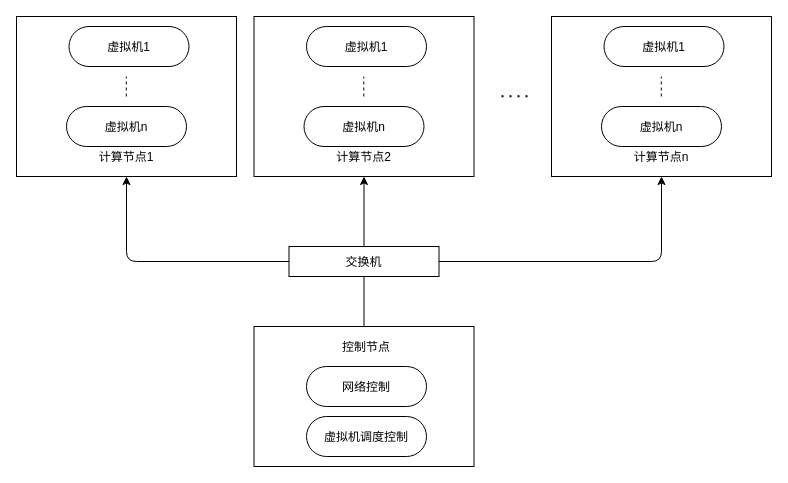
This is 软件体系结构.drawio from undinuanao/-, a draw.io file, before an edit. Source tidied: cells renumbered, new cells numbered last; positions are measured from the earlier drawing's top-left corner, leaving out a move shared by most shapes. Both pictures are drawn from the tidied source at 100%, with x=0, y=0 at pixel (16, 16).
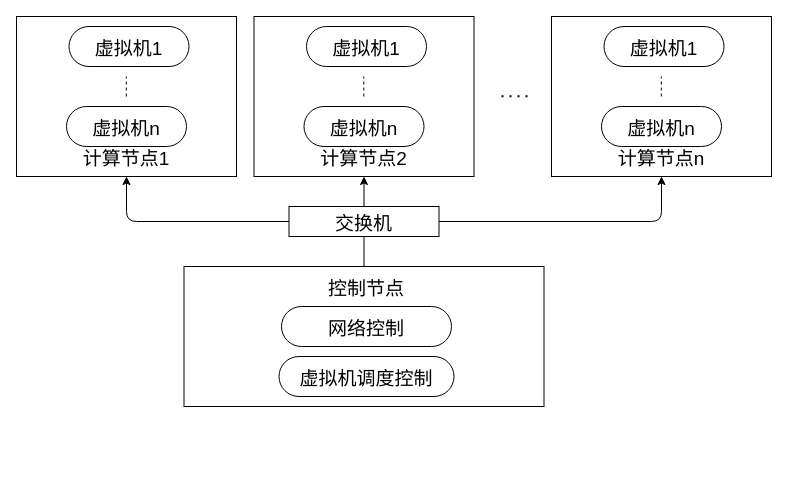
Above is the later version.

Commit message (it also covers changes not shown here):
Update 软件体系结构.drawio

The edit, as a diff of the source:
```diff
@@
-    <mxCell id="2" style="rounded=0;" parent="1" vertex="1">
-      <mxGeometry x="237.5" y="310" width="220" height="140" as="geometry" />
+    <mxCell id="2" style="rounded=0;fontSize=19;" parent="1" vertex="1">
+      <mxGeometry x="167.5" y="250" width="360" height="140" as="geometry" />
     </mxCell>
-    <mxCell id="3" value="控制节点" style="text;strokeColor=none;fillColor=none;align=center;verticalAlign=middle;rounded=0;" parent="1" vertex="1">
-      <mxGeometry x="322.5" y="320" width="55" height="20" as="geometry" />
+    <mxCell id="3" value="控制节点" style="text;strokeColor=none;fillColor=none;align=center;verticalAlign=middle;rounded=0;fontSize=19;" parent="1" vertex="1">
+      <mxGeometry x="322.5" y="260" width="55" height="20" as="geometry" />
     </mxCell>
-    <mxCell id="4" value="网络控制" style="rounded=1;arcSize=50;" parent="1" vertex="1">
-      <mxGeometry x="290" y="350" width="120" height="40" as="geometry" />
+    <mxCell id="4" value="网络控制" style="rounded=1;arcSize=50;fontSize=19;" parent="1" vertex="1">
+      <mxGeometry x="265" y="290" width="170" height="40" as="geometry" />
     </mxCell>
-    <mxCell id="5" value="虚拟机调度控制" style="rounded=1;arcSize=50;" parent="1" vertex="1">
-      <mxGeometry x="290" y="400" width="120" height="40" as="geometry" />
+    <mxCell id="5" value="虚拟机调度控制" style="rounded=1;arcSize=50;fontSize=19;" parent="1" vertex="1">
+      <mxGeometry x="262.5" y="340" width="175" height="40" as="geometry" />
     </mxCell>
-    <mxCell id="6" value="交换机" style="rounded=0;" parent="1" vertex="1">
-      <mxGeometry x="272.5" y="230" width="150" height="30" as="geometry" />
+    <mxCell id="6" value="交换机" style="rounded=0;fontSize=19;" parent="1" vertex="1">
+      <mxGeometry x="272.5" y="190" width="150" height="30" as="geometry" />
     </mxCell>
-    <mxCell id="7" style="rounded=0;" parent="1" vertex="1">
+    <mxCell id="7" style="rounded=0;fontSize=19;" parent="1" vertex="1">
       <mxGeometry width="220" height="160" as="geometry" />
     </mxCell>
-    <mxCell id="8" value="计算节点1" style="text;strokeColor=none;fillColor=none;align=center;verticalAlign=middle;rounded=0;" parent="1" vertex="1">
+    <mxCell id="8" value="计算节点1" style="text;strokeColor=none;fillColor=none;align=center;verticalAlign=middle;rounded=0;fontSize=19;" parent="1" vertex="1">
       <mxGeometry x="82.5" y="130" width="55" height="20" as="geometry" />
     </mxCell>
-    <mxCell id="9" value="虚拟机1" style="rounded=1;arcSize=50;" parent="1" vertex="1">
+    <mxCell id="9" value="虚拟机1" style="rounded=1;arcSize=50;fontSize=19;" parent="1" vertex="1">
       <mxGeometry x="52.5" y="10" width="120" height="40" as="geometry" />
     </mxCell>
-    <mxCell id="10" value="虚拟机n" style="rounded=1;arcSize=50;" parent="1" vertex="1">
+    <mxCell id="10" value="虚拟机n" style="rounded=1;arcSize=50;fontSize=19;" parent="1" vertex="1">
       <mxGeometry x="50" y="90" width="120" height="40" as="geometry" />
     </mxCell>
-    <mxCell id="11" style="endArrow=none;dashed=1;" parent="1" edge="1">
+    <mxCell id="11" style="endArrow=none;dashed=1;fontSize=19;" parent="1" edge="1">
       <mxGeometry relative="1" as="geometry">
         <mxPoint x="109.8" y="80" as="sourcePoint" />
         <mxPoint x="109.8" y="60" as="targetPoint" />
       </mxGeometry>
     </mxCell>
-    <mxCell id="12" style="endArrow=none;exitX=0.5;exitY=0;exitDx=0;exitDy=0;entryX=0.5;entryY=1;entryDx=0;entryDy=0;" parent="1" edge="1" source="2" target="6">
+    <mxCell id="12" style="endArrow=none;exitX=0.5;exitY=0;exitDx=0;exitDy=0;entryX=0.5;entryY=1;entryDx=0;entryDy=0;fontSize=19;" parent="1" edge="1" source="2" target="6">
       <mxGeometry relative="1" as="geometry" />
     </mxCell>
-    <mxCell id="13" style="endArrow=classic;exitX=0;exitY=0.5;exitDx=0;exitDy=0;entryX=0.5;entryY=1;entryDx=0;entryDy=0;" parent="1" edge="1" source="6" target="7">
+    <mxCell id="13" style="endArrow=classic;exitX=0;exitY=0.5;exitDx=0;exitDy=0;entryX=0.5;entryY=1;entryDx=0;entryDy=0;fontSize=19;" parent="1" edge="1" source="6" target="7">
       <mxGeometry relative="1" as="geometry">
         <Array as="points">
-          <mxPoint x="110" y="245" />
+          <mxPoint x="110" y="205" />
         </Array>
       </mxGeometry>
     </mxCell>
-    <mxCell id="14" style="rounded=0;" parent="1" vertex="1">
+    <mxCell id="14" style="rounded=0;fontSize=19;" parent="1" vertex="1">
       <mxGeometry x="237.5" width="220" height="160" as="geometry" />
     </mxCell>
-    <mxCell id="15" value="计算节点2" style="text;strokeColor=none;fillColor=none;align=center;verticalAlign=middle;rounded=0;" parent="1" vertex="1">
+    <mxCell id="15" value="计算节点2" style="text;strokeColor=none;fillColor=none;align=center;verticalAlign=middle;rounded=0;fontSize=19;" parent="1" vertex="1">
       <mxGeometry x="320" y="130" width="55" height="20" as="geometry" />
     </mxCell>
-    <mxCell id="16" value="虚拟机1" style="rounded=1;arcSize=50;" parent="1" vertex="1">
+    <mxCell id="16" value="虚拟机1" style="rounded=1;arcSize=50;fontSize=19;" parent="1" vertex="1">
       <mxGeometry x="290" y="10" width="120" height="40" as="geometry" />
     </mxCell>
-    <mxCell id="17" value="虚拟机n" style="rounded=1;arcSize=50;" parent="1" vertex="1">
+    <mxCell id="17" value="虚拟机n" style="rounded=1;arcSize=50;fontSize=19;" parent="1" vertex="1">
       <mxGeometry x="287.5" y="90" width="120" height="40" as="geometry" />
     </mxCell>
-    <mxCell id="18" style="endArrow=none;dashed=1;" parent="1" edge="1">
+    <mxCell id="18" style="endArrow=none;dashed=1;fontSize=19;" parent="1" edge="1">
       <mxGeometry relative="1" as="geometry">
         <mxPoint x="347.3" y="80" as="sourcePoint" />
         <mxPoint x="347.3" y="60" as="targetPoint" />
       </mxGeometry>
     </mxCell>
-    <mxCell id="19" style="rounded=0;" parent="1" vertex="1">
+    <mxCell id="19" style="rounded=0;fontSize=19;" parent="1" vertex="1">
       <mxGeometry x="535" width="220" height="160" as="geometry" />
     </mxCell>
-    <mxCell id="20" value="计算节点n" style="text;strokeColor=none;fillColor=none;align=center;verticalAlign=middle;rounded=0;" parent="1" vertex="1">
+    <mxCell id="20" value="计算节点n" style="text;strokeColor=none;fillColor=none;align=center;verticalAlign=middle;rounded=0;fontSize=19;" parent="1" vertex="1">
       <mxGeometry x="617.5" y="130" width="55" height="20" as="geometry" />
     </mxCell>
-    <mxCell id="21" value="虚拟机1" style="rounded=1;arcSize=50;" parent="1" vertex="1">
+    <mxCell id="21" value="虚拟机1" style="rounded=1;arcSize=50;fontSize=19;" parent="1" vertex="1">
       <mxGeometry x="587.5" y="10" width="120" height="40" as="geometry" />
     </mxCell>
-    <mxCell id="22" value="虚拟机n" style="rounded=1;arcSize=50;" parent="1" vertex="1">
+    <mxCell id="22" value="虚拟机n" style="rounded=1;arcSize=50;fontSize=19;" parent="1" vertex="1">
       <mxGeometry x="585" y="90" width="120" height="40" as="geometry" />
     </mxCell>
-    <mxCell id="23" style="endArrow=none;dashed=1;" parent="1" edge="1">
+    <mxCell id="23" style="endArrow=none;dashed=1;fontSize=19;" parent="1" edge="1">
       <mxGeometry relative="1" as="geometry">
         <mxPoint x="644.8" y="80" as="sourcePoint" />
         <mxPoint x="644.8" y="60" as="targetPoint" />
       </mxGeometry>
     </mxCell>
-    <mxCell id="24" style="endArrow=none;dashed=1;dashPattern=1 3;strokeWidth=2;" parent="1" edge="1">
+    <mxCell id="24" style="endArrow=none;dashed=1;dashPattern=1 3;strokeWidth=2;fontSize=19;" parent="1" edge="1">
       <mxGeometry relative="1" as="geometry">
         <mxPoint x="485" y="79.7" as="sourcePoint" />
         <mxPoint x="515" y="79.7" as="targetPoint" />
       </mxGeometry>
     </mxCell>
-    <mxCell id="25" style="endArrow=classic;exitX=0.5;exitY=0;exitDx=0;exitDy=0;entryX=0.5;entryY=1;entryDx=0;entryDy=0;" parent="1" edge="1" source="6" target="14">
+    <mxCell id="25" style="endArrow=classic;exitX=0.5;exitY=0;exitDx=0;exitDy=0;entryX=0.5;entryY=1;entryDx=0;entryDy=0;fontSize=19;" parent="1" edge="1" source="6" target="14">
       <mxGeometry relative="1" as="geometry" />
     </mxCell>
-    <mxCell id="26" style="endArrow=classic;exitX=1;exitY=0.5;exitDx=0;exitDy=0;entryX=0.5;entryY=1;entryDx=0;entryDy=0;" parent="1" edge="1" source="6" target="19">
+    <mxCell id="26" style="endArrow=classic;exitX=1;exitY=0.5;exitDx=0;exitDy=0;entryX=0.5;entryY=1;entryDx=0;entryDy=0;fontSize=19;" parent="1" edge="1" source="6" target="19">
       <mxGeometry relative="1" as="geometry">
         <Array as="points">
-          <mxPoint x="645" y="245" />
+          <mxPoint x="645" y="205" />
         </Array>
       </mxGeometry>
     </mxCell>
```
